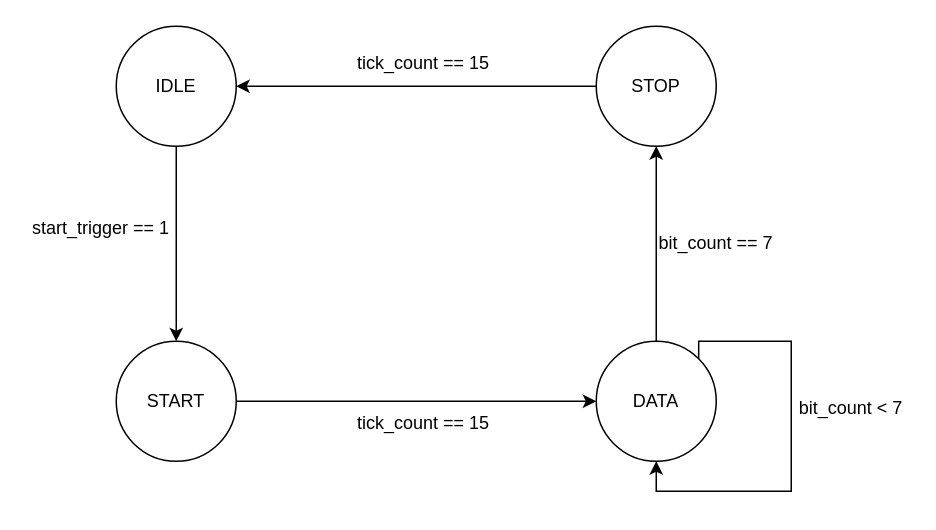
The draw.io diagram fsm_uart_tx.drawio in Friday930/draw_io, before the edit. Source tidied: cells renumbered, new cells numbered last; positions are measured from the earlier drawing's top-left corner, leaving out a move shared by most shapes. Both pictures are drawn from the tidied source at 150%, with x=0, y=0 at pixel (26, 26).
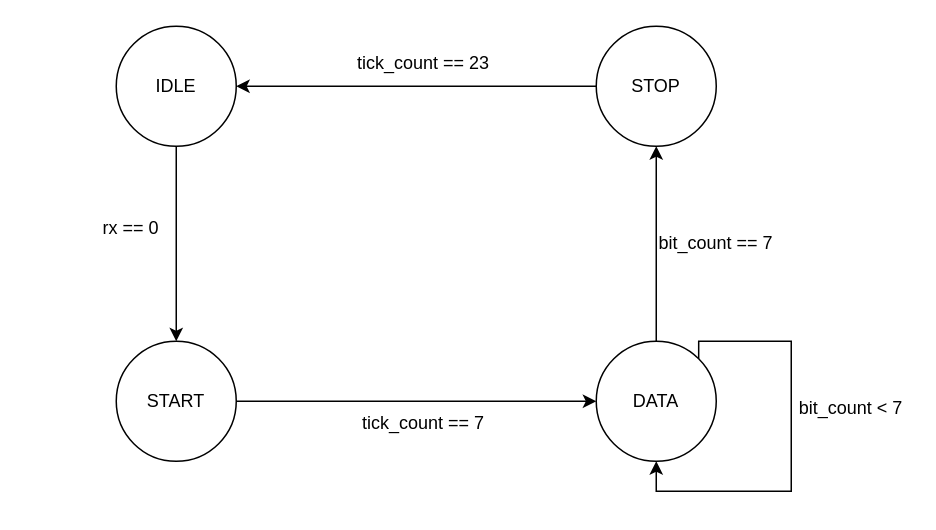
Above is the later version.

The edit, as a diff of the source:
```diff
@@
 <mxGraphModel>
   <root>
     <mxCell id="0" />
     <mxCell id="1" parent="0" />
     <mxCell id="2" style="edgeStyle=orthogonalEdgeStyle;rounded=0;jettySize=auto;html=1;entryX=0.5;entryY=0;entryDx=0;entryDy=0;" parent="1" edge="1" source="3" target="5">
       <mxGeometry relative="1" as="geometry" />
     </mxCell>
     <mxCell id="3" value="IDLE" style="ellipse;whiteSpace=wrap;html=1;" parent="1" vertex="1">
       <mxGeometry x="60" width="80" height="80" as="geometry" />
     </mxCell>
     <mxCell id="4" style="edgeStyle=orthogonalEdgeStyle;rounded=0;jettySize=auto;html=1;exitX=1;exitY=0.5;exitDx=0;exitDy=0;entryX=0;entryY=0.5;entryDx=0;entryDy=0;" parent="1" edge="1" source="5" target="8">
       <mxGeometry relative="1" as="geometry" />
     </mxCell>
     <mxCell id="5" value="START" style="ellipse;whiteSpace=wrap;html=1;" parent="1" vertex="1">
       <mxGeometry x="60" y="210" width="80" height="80" as="geometry" />
     </mxCell>
     <mxCell id="6" style="edgeStyle=orthogonalEdgeStyle;rounded=0;jettySize=auto;html=1;exitX=0.5;exitY=0;exitDx=0;exitDy=0;entryX=0.5;entryY=1;entryDx=0;entryDy=0;" parent="1" edge="1" source="8" target="10">
       <mxGeometry relative="1" as="geometry" />
     </mxCell>
     <mxCell id="7" style="edgeStyle=orthogonalEdgeStyle;rounded=0;orthogonalLoop=1;jettySize=auto;html=1;exitX=1;exitY=0;exitDx=0;exitDy=0;entryX=0.5;entryY=1;entryDx=0;entryDy=0;" parent="1" edge="1" source="8" target="8">
       <mxGeometry relative="1" as="geometry">
         <Array as="points">
           <mxPoint x="448" y="210" />
           <mxPoint x="510" y="210" />
           <mxPoint x="510" y="310" />
           <mxPoint x="420" y="310" />
         </Array>
       </mxGeometry>
     </mxCell>
     <mxCell id="8" value="DATA" style="ellipse;whiteSpace=wrap;html=1;" parent="1" vertex="1">
       <mxGeometry x="380" y="210" width="80" height="80" as="geometry" />
     </mxCell>
     <mxCell id="9" style="edgeStyle=orthogonalEdgeStyle;rounded=0;jettySize=auto;html=1;exitX=0;exitY=0.5;exitDx=0;exitDy=0;entryX=1;entryY=0.5;entryDx=0;entryDy=0;" parent="1" edge="1" source="10" target="3">
       <mxGeometry relative="1" as="geometry" />
     </mxCell>
     <mxCell id="10" value="STOP" style="ellipse;whiteSpace=wrap;html=1;" parent="1" vertex="1">
       <mxGeometry x="380" width="80" height="80" as="geometry" />
     </mxCell>
-    <mxCell id="11" value="start_trigger == 1" style="text;html=1;align=center;verticalAlign=middle;whiteSpace=wrap;rounded=0;" parent="1" vertex="1">
-      <mxGeometry y="120" width="100" height="30" as="geometry" />
+    <mxCell id="11" value="rx == 0" style="text;html=1;align=center;verticalAlign=middle;whiteSpace=wrap;rounded=0;" parent="1" vertex="1">
+      <mxGeometry x="20" y="120" width="100" height="30" as="geometry" />
     </mxCell>
-    <mxCell id="12" value="tick_count == 15" style="text;html=1;align=center;verticalAlign=middle;whiteSpace=wrap;rounded=0;" parent="1" vertex="1">
+    <mxCell id="12" value="tick_count == 7" style="text;html=1;align=center;verticalAlign=middle;whiteSpace=wrap;rounded=0;" parent="1" vertex="1">
       <mxGeometry x="210" y="250" width="110" height="30" as="geometry" />
     </mxCell>
     <mxCell id="13" value="bit_count &amp;lt; 7" style="text;html=1;align=center;verticalAlign=middle;whiteSpace=wrap;rounded=0;" parent="1" vertex="1">
       <mxGeometry x="510" y="240" width="80" height="30" as="geometry" />
     </mxCell>
     <mxCell id="14" value="bit_count == 7" style="text;html=1;align=center;verticalAlign=middle;whiteSpace=wrap;rounded=0;" parent="1" vertex="1">
       <mxGeometry x="420" y="130" width="80" height="30" as="geometry" />
     </mxCell>
-    <mxCell id="15" value="tick_count == 15" style="text;html=1;align=center;verticalAlign=middle;whiteSpace=wrap;rounded=0;" parent="1" vertex="1">
+    <mxCell id="15" value="tick_count == 23" style="text;html=1;align=center;verticalAlign=middle;whiteSpace=wrap;rounded=0;" parent="1" vertex="1">
       <mxGeometry x="210" y="10" width="110" height="30" as="geometry" />
     </mxCell>
   </root>
 </mxGraphModel>
```
